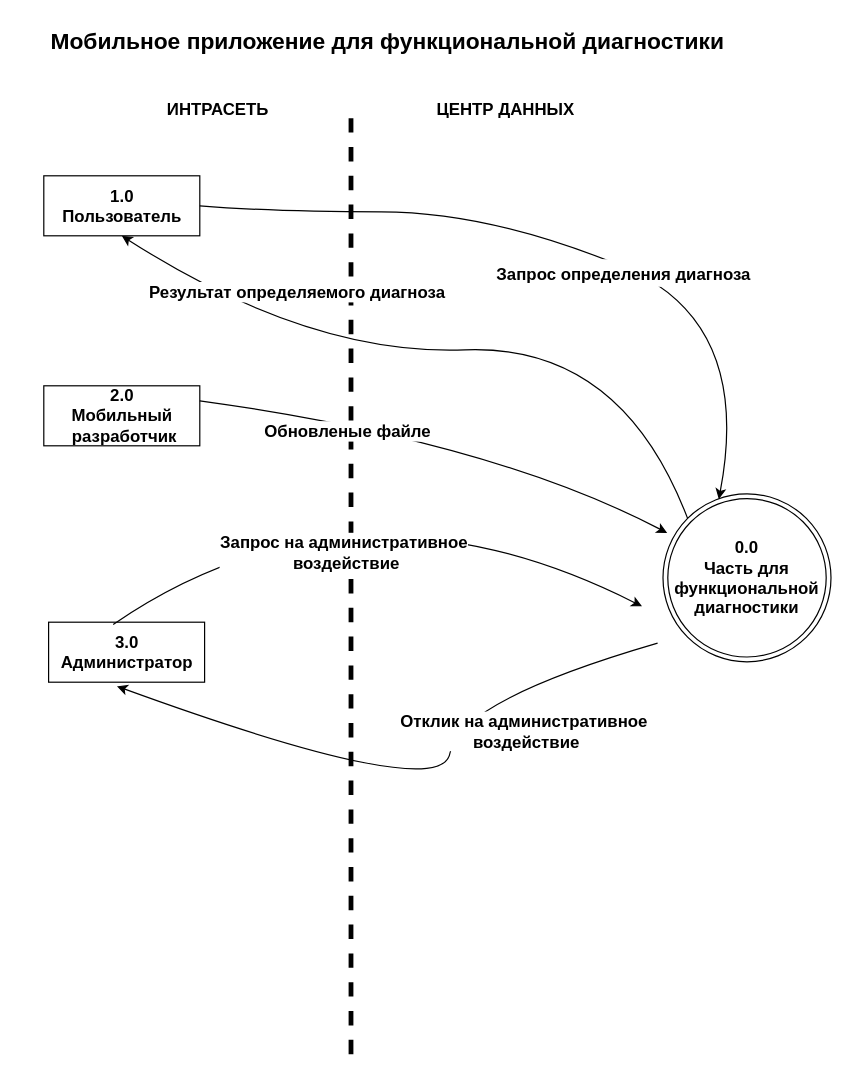
Above: DFD N02.drawio in oussamanech/Git01 (draw.io), before the change. Source tidied: cells renumbered, new cells numbered last; positions are measured from the earlier drawing's top-left corner, leaving out a move shared by most shapes. Both pictures are drawn from the tidied source at 120%, with x=0, y=0 at pixel (43, 20).
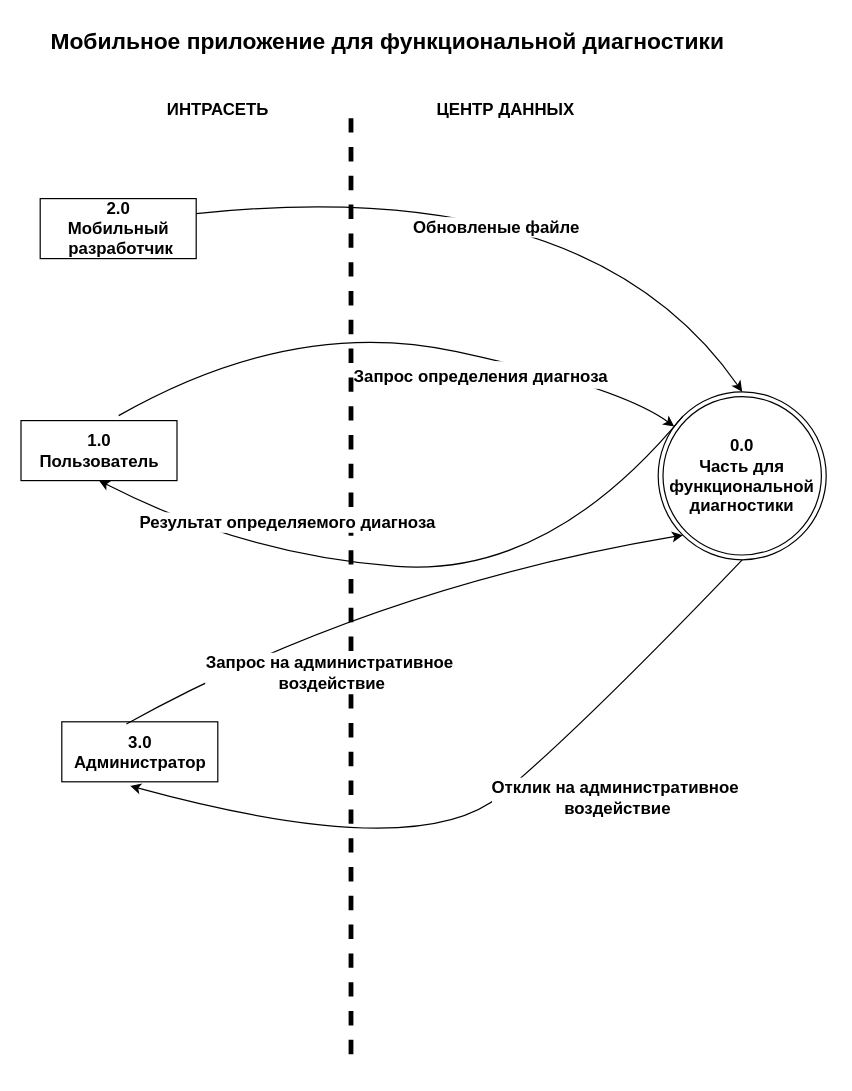
The same diagram, later.

Change to the diagram source:
```diff
@@
     <mxCell id="3" value="0.0&lt;br&gt;Часть для функциональной диагностики" style="ellipse;shape=doubleEllipse;whiteSpace=wrap;html=1;fontStyle=1;fontSize=14;" parent="1" vertex="1">
-      <mxGeometry x="516" y="394" width="140" height="140" as="geometry" />
+      <mxGeometry x="512" y="309" width="140" height="140" as="geometry" />
     </mxCell>
@@
     <mxCell id="5" value="1.0&lt;br style=&quot;font-size: 14px;&quot;&gt;Пользователь&lt;div style=&quot;display: none; font-size: 14px;&quot; id=&quot;SDCloudData&quot;&gt;&lt;/div&gt;" style="html=1;dashed=0;whitespace=wrap;fontStyle=1;fontSize=14;" parent="1" vertex="1">
-      <mxGeometry y="129" width="130" height="50" as="geometry" />
+      <mxGeometry x="-19" y="333" width="130" height="50" as="geometry" />
     </mxCell>
@@
     <mxCell id="8" value="2.0&lt;br style=&quot;font-size: 14px;&quot;&gt;Мобильный&lt;br&gt;&amp;nbsp;разработчик&lt;div style=&quot;display: none; font-size: 14px;&quot; id=&quot;SDCloudData&quot;&gt;&lt;/div&gt;" style="html=1;dashed=0;whitespace=wrap;fontStyle=1;fontSize=14;" parent="1" vertex="1">
-      <mxGeometry y="304" width="130" height="50" as="geometry" />
+      <mxGeometry x="-3" y="148" width="130" height="50" as="geometry" />
     </mxCell>
     <mxCell id="9" value="3.0&lt;br style=&quot;font-size: 14px;&quot;&gt;Администратор&lt;br&gt;&lt;div style=&quot;display: none; font-size: 14px;&quot; id=&quot;SDCloudData&quot;&gt;&lt;/div&gt;" style="html=1;dashed=0;whitespace=wrap;fontStyle=1;fontSize=14;" parent="1" vertex="1">
-      <mxGeometry x="4" y="501" width="130" height="50" as="geometry" />
+      <mxGeometry x="15" y="584" width="130" height="50" as="geometry" />
     </mxCell>
-    <mxCell id="10" style="curved=1;endArrow=classic;html=1;rounded=0;fontSize=19;entryX=0.332;entryY=0.032;entryDx=0;entryDy=0;entryPerimeter=0;exitX=1;exitY=0.5;exitDx=0;exitDy=0;" parent="1" edge="1" source="5" target="3">
+    <mxCell id="10" style="curved=1;endArrow=classic;html=1;rounded=0;fontSize=19;exitX=0.626;exitY=-0.083;exitDx=0;exitDy=0;exitPerimeter=0;" parent="1" edge="1" source="5" target="3">
       <mxGeometry relative="1" as="geometry">
         <Array as="points">
-          <mxPoint x="191" y="159" />
-          <mxPoint x="371" y="159" />
-          <mxPoint x="591" y="249" />
+          <mxPoint x="208" y="246" />
+          <mxPoint x="480" y="305" />
         </Array>
       </mxGeometry>
     </mxCell>
     <mxCell id="11" value="&lt;font style=&quot;font-size: 14px;&quot;&gt;Запрос определения диагноза&lt;/font&gt;" style="edgeLabel;html=1;align=center;verticalAlign=middle;fontSize=19;fontStyle=1;" parent="10" vertex="1">
       <mxGeometry x="0.24" y="-22" relative="1" as="geometry">
-        <mxPoint x="-19" y="-27" as="offset" />
+        <mxPoint x="20" y="-3" as="offset" />
       </mxGeometry>
     </mxCell>
     <mxCell id="12" style="curved=1;endArrow=classic;html=1;rounded=0;fontSize=19;exitX=0;exitY=0;exitDx=0;exitDy=0;entryX=0.5;entryY=1;entryDx=0;entryDy=0;" parent="1" edge="1" source="3" target="5">
       <mxGeometry relative="1" as="geometry">
         <Array as="points">
-          <mxPoint x="481" y="269" />
-          <mxPoint x="221" y="279" />
+          <mxPoint x="421" y="464" />
+          <mxPoint x="167" y="445" />
         </Array>
       </mxGeometry>
     </mxCell>
     <mxCell id="13" value="Результат определяемого диагноза" style="edgeLabel;html=1;align=center;verticalAlign=middle;fontSize=14;fontStyle=1;" parent="12" vertex="1">
       <mxGeometry x="0.4" y="-17" relative="1" as="geometry">
-        <mxPoint x="-15" y="-36" as="offset" />
+        <mxPoint x="1" y="-13" as="offset" />
       </mxGeometry>
     </mxCell>
-    <mxCell id="14" style="curved=1;endArrow=classic;html=1;rounded=0;fontSize=14;exitX=1;exitY=0.25;exitDx=0;exitDy=0;entryX=0.025;entryY=0.233;entryDx=0;entryDy=0;entryPerimeter=0;" parent="1" edge="1" source="8" target="3">
+    <mxCell id="14" style="curved=1;endArrow=classic;html=1;rounded=0;fontSize=14;exitX=1;exitY=0.25;exitDx=0;exitDy=0;entryX=0.5;entryY=0;entryDx=0;entryDy=0;" parent="1" edge="1" source="8" target="3">
       <mxGeometry relative="1" as="geometry">
         <Array as="points">
-          <mxPoint x="373" y="350" />
+          <mxPoint x="455" y="126" />
         </Array>
       </mxGeometry>
     </mxCell>
     <mxCell id="15" value="Обновленые файле" style="edgeLabel;html=1;align=center;verticalAlign=middle;fontSize=14;fontStyle=1;" parent="14" vertex="1">
       <mxGeometry x="0.3" y="-18" relative="1" as="geometry">
-        <mxPoint x="-131" y="-35" as="offset" />
+        <mxPoint x="-80" y="11" as="offset" />
       </mxGeometry>
     </mxCell>
-    <mxCell id="16" style="curved=1;endArrow=classic;html=1;rounded=0;fontSize=14;exitX=0.414;exitY=0.037;exitDx=0;exitDy=0;entryX=0.014;entryY=0.656;entryDx=0;entryDy=0;entryPerimeter=0;exitPerimeter=0;" parent="1" edge="1" source="9">
+    <mxCell id="16" style="curved=1;endArrow=classic;html=1;rounded=0;fontSize=14;exitX=0.414;exitY=0.037;exitDx=0;exitDy=0;entryX=0;entryY=1;entryDx=0;entryDy=0;exitPerimeter=0;" parent="1" edge="1" source="9" target="3">
       <mxGeometry relative="1" as="geometry">
-        <mxPoint x="498.5" y="487.8" as="targetPoint" />
         <Array as="points">
-          <mxPoint x="257" y="366" />
+          <mxPoint x="274" y="472" />
         </Array>
       </mxGeometry>
     </mxCell>
     <mxCell id="17" value="Запрос на административное&lt;br&gt;&amp;nbsp;воздействие" style="edgeLabel;html=1;align=center;verticalAlign=middle;fontSize=14;fontStyle=1;" parent="16" vertex="1">
       <mxGeometry x="-0.31" y="-5" relative="1" as="geometry">
-        <mxPoint x="43" y="36" as="offset" />
+        <mxPoint x="17" y="35" as="offset" />
       </mxGeometry>
     </mxCell>
-    <mxCell id="18" style="curved=1;endArrow=classic;html=1;rounded=0;fontSize=14;exitX=0;exitY=1;exitDx=0;exitDy=0;entryX=0.438;entryY=1.068;entryDx=0;entryDy=0;entryPerimeter=0;" parent="1" edge="1" target="9">
+    <mxCell id="18" style="curved=1;endArrow=classic;html=1;rounded=0;fontSize=14;exitX=0.5;exitY=1;exitDx=0;exitDy=0;entryX=0.438;entryY=1.068;entryDx=0;entryDy=0;entryPerimeter=0;" parent="1" edge="1" source="3" target="9">
       <mxGeometry relative="1" as="geometry">
-        <mxPoint x="511.5" y="518.5" as="sourcePoint" />
         <Array as="points">
-          <mxPoint x="345" y="567" />
-          <mxPoint x="332" y="653" />
+          <mxPoint x="450" y="587" />
+          <mxPoint x="312" y="703" />
         </Array>
       </mxGeometry>
     </mxCell>
     <mxCell id="19" value="Отклик на административное&lt;br&gt;&amp;nbsp;воздействие" style="edgeLabel;html=1;align=center;verticalAlign=middle;fontSize=14;fontStyle=1;" parent="18" vertex="1">
       <mxGeometry x="0.27" y="-8" relative="1" as="geometry">
-        <mxPoint x="148" y="-24" as="offset" />
+        <mxPoint x="183" y="-43" as="offset" />
       </mxGeometry>
     </mxCell>
```
